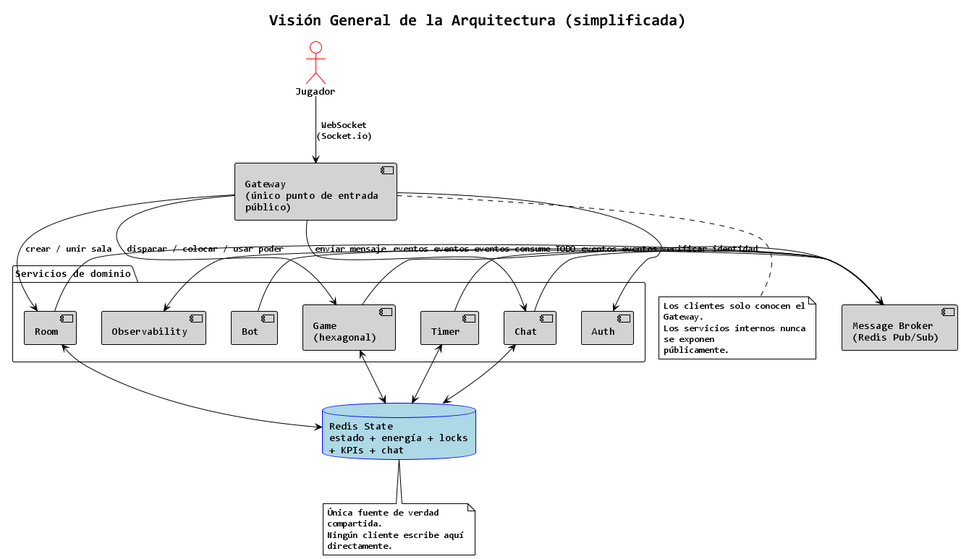
Earlier version of the PlantUML export out/presentacion/diagramas/02-vision-general-arquitectura/02-vision-general-arquitectura.png (Juank-1030/BattleCaos-Ship-Backend). Its diagram source:
```plantuml
@startuml 02-vision-general-arquitectura

title Visión General de la Arquitectura (simplificada)

!theme plain
skinparam defaultFontName Consolas
skinparam wrapWidth 200
skinparam component {
  BackgroundColor LightGray
  BorderColor Black
}
skinparam database {
  BackgroundColor LightBlue
  BorderColor Blue
}
skinparam actor {
  BorderColor Red
}

actor "Jugador" as Jugador

component "Gateway\n(único punto de entrada\npúblico)" as Gateway

package "Servicios de dominio" {
  component "Auth" as Auth
  component "Room" as Room
  component "Game\n(hexagonal)" as Game
  component "Timer" as Timer
  component "Chat" as Chat
  component "Bot" as Bot
  component "Observability" as Obs
}

component "Message Broker\n(Redis Pub/Sub)" as Broker

database "Redis State\nestado + energía + locks\n+ KPIs + chat" as Redis

Jugador -down-> Gateway : WebSocket\n(Socket.io)

Gateway -down-> Auth : verificar identidad
Gateway -down-> Room : crear / unir sala
Gateway -down-> Game : disparar / colocar / usar poder
Gateway -down-> Chat : enviar mensaje

Room -right-> Broker : eventos
Game -right-> Broker : eventos
Timer -right-> Broker : eventos
Chat -right-> Broker : eventos
Bot -right-> Broker : eventos
Broker -left-> Obs : consume TODO

Room <-down-> Redis
Game <-down-> Redis
Timer <-down-> Redis
Chat <-down-> Redis

note bottom of Redis
  Única fuente de verdad compartida.
  Ningún cliente escribe aquí directamente.
end note

note bottom of Gateway
  Los clientes solo conocen el Gateway.
  Los servicios internos nunca se exponen
  públicamente.
end note

@enduml
```
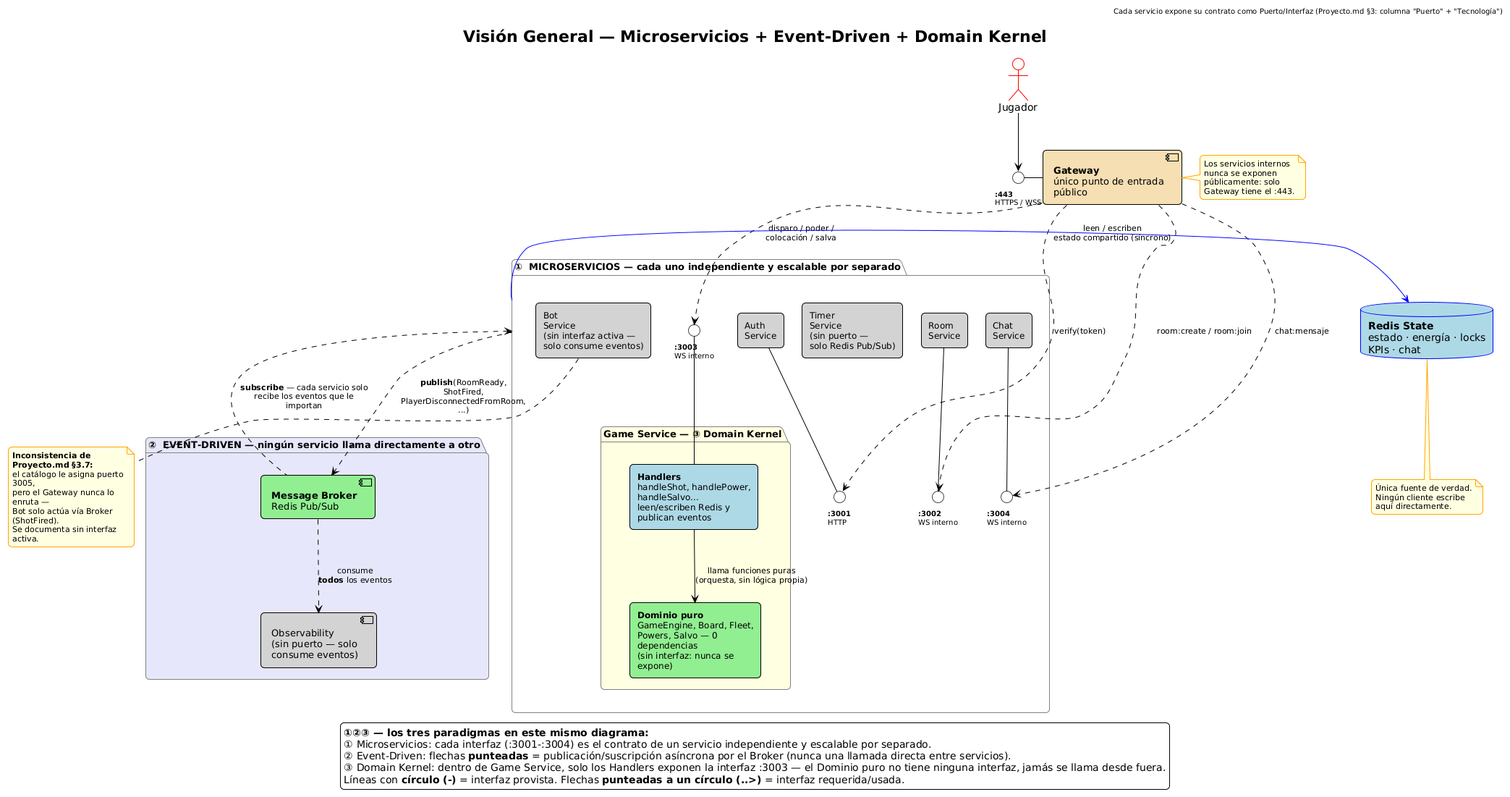
The same file after the commit.

The edit, as a diff of the source:
```diff
@@ -1,68 +1,127 @@
-@startuml 02-vision-general-arquitectura
-
-title Visión General de la Arquitectura (simplificada)
+@startuml
+title Visión General — Microservicios + Event-Driven + Domain Kernel
+header Cada servicio expone su contrato como Puerto/Interfaz (Proyecto.md §3: columna "Puerto" + "Tecnología")
 
 !theme plain
 skinparam defaultFontName Consolas
-skinparam wrapWidth 200
+skinparam wrapWidth 180
+skinparam nodesep 25
+skinparam ranksep 50
+skinparam shadowing false
+skinparam roundCorner 10
 skinparam component {
   BackgroundColor LightGray
   BorderColor Black
+  FontSize 13
 }
 skinparam database {
   BackgroundColor LightBlue
   BorderColor Blue
+  FontSize 14
 }
 skinparam actor {
   BorderColor Red
 }
+skinparam package {
+  BackgroundColor White
+  BorderColor Gray
+  FontSize 13
+}
+skinparam rectangle {
+  FontSize 12
+}
+skinparam interface {
+  BackgroundColor White
+  BorderColor #444444
+  FontSize 10
+}
+skinparam note {
+  BackgroundColor LightYellow
+  BorderColor Orange
+  FontSize 11
+}
+skinparam ArrowFontSize 11
 
 actor "Jugador" as Jugador
 
-component "Gateway\n(único punto de entrada\npúblico)" as Gateway
+interface "**:443**\nHTTPS / WSS" as IGateway
 
-package "Servicios de dominio" {
-  component "Auth" as Auth
-  component "Room" as Room
-  component "Game\n(hexagonal)" as Game
-  component "Timer" as Timer
-  component "Chat" as Chat
-  component "Bot" as Bot
-  component "Observability" as Obs
+component "**Gateway**\núnico punto de entrada público" as Gateway #Wheat
+
+Jugador -down-> IGateway
+IGateway - Gateway
+
+package "①  MICROSERVICIOS — cada uno independiente y escalable por separado" as Micro {
+
+  interface "**:3001**\nHTTP" as IAuth
+  interface "**:3002**\nWS interno" as IRoom
+  interface "**:3003**\nWS interno" as IGame
+  interface "**:3004**\nWS interno" as IChat
+
+  rectangle "Auth\nService" as Auth #LightGray
+  rectangle "Room\nService" as Room #LightGray
+  rectangle "Timer\nService\n(sin puerto —\nsolo Redis Pub/Sub)" as Timer #LightGray
+  rectangle "Chat\nService" as Chat #LightGray
+  rectangle "Bot\nService\n(sin interfaz activa —\nsolo consume eventos)" as Bot #LightGray
+
+  Auth -- IAuth
+  Room -- IRoom
+  Chat -- IChat
+
+  package "**Game Service** — ③ Domain Kernel" as GameBox #LightYellow {
+    rectangle "**Handlers**\nhandleShot, handlePower, handleSalvo...\nleen/escriben Redis y publican eventos" as Handlers #LightBlue
+    rectangle "**Dominio puro**\nGameEngine, Board, Fleet,\nPowers, Salvo — 0 dependencias\n(sin interfaz: nunca se expone)" as Domain #LightGreen
+
+    Handlers -down-> Domain : llama funciones puras\n(orquesta, sin lógica propia)
+    Handlers -up- IGame
+  }
 }
 
-component "Message Broker\n(Redis Pub/Sub)" as Broker
+Gateway ..> IAuth : verify(token)
+Gateway ..> IRoom : room:create / room:join
+Gateway ..> IGame : disparo / poder /\ncolocación / salva
+Gateway ..> IChat : chat:mensaje
 
-database "Redis State\nestado + energía + locks\n+ KPIs + chat" as Redis
+package "②  EVENT-DRIVEN — ningún servicio llama directamente a otro" as EventZone #Lavender {
+  component "**Message Broker**\nRedis Pub/Sub" as Broker #LightGreen
+  component "Observability\n(sin puerto — solo\nconsume eventos)" as Obs #LightGray
 
-Jugador -down-> Gateway : WebSocket\n(Socket.io)
+  Broker .down.> Obs : consume\n**todos** los eventos
+}
 
-Gateway -down-> Auth : verificar identidad
-Gateway -down-> Room : crear / unir sala
-Gateway -down-> Game : disparar / colocar / usar poder
-Gateway -down-> Chat : enviar mensaje
+database "**Redis State**\nestado · energía · locks\nKPIs · chat" as Redis
 
-Room -right-> Broker : eventos
-Game -right-> Broker : eventos
-Timer -right-> Broker : eventos
-Chat -right-> Broker : eventos
-Bot -right-> Broker : eventos
-Broker -left-> Obs : consume TODO
+Micro .down.> Broker : **publish**(RoomReady,\nShotFired, PlayerDisconnectedFromRoom, ...)
+Broker .up.> Micro : **subscribe** — cada servicio solo\nrecibe los eventos que le importan
 
-Room <-down-> Redis
-Game <-down-> Redis
-Timer <-down-> Redis
-Chat <-down-> Redis
+Micro -[#blue]right-> Redis : leen / escriben\nestado compartido (síncrono)
 
 note bottom of Redis
-  Única fuente de verdad compartida.
-  Ningún cliente escribe aquí directamente.
+  Única fuente de verdad.
+  Ningún cliente escribe
+  aquí directamente.
 end note
 
-note bottom of Gateway
-  Los clientes solo conocen el Gateway.
-  Los servicios internos nunca se exponen
-  públicamente.
+note right of Gateway
+  Los servicios internos
+  nunca se exponen
+  públicamente: solo
+  Gateway tiene el :443.
 end note
 
+note bottom of Bot
+  **Inconsistencia de Proyecto.md §3.7:**
+  el catálogo le asigna puerto 3005,
+  pero el Gateway nunca lo enruta —
+  Bot solo actúa vía Broker (ShotFired).
+  Se documenta sin interfaz activa.
+end note
+
+legend bottom center
+  <b>①②③ — los tres paradigmas en este mismo diagrama:</b>
+  ① Microservicios: cada interfaz (:3001-:3004) es el contrato de un servicio independiente y escalable por separado.
+  ② Event-Driven: flechas <b>punteadas</b> = publicación/suscripción asíncrona por el Broker (nunca una llamada directa entre servicios).
+  ③ Domain Kernel: dentro de Game Service, solo los Handlers exponen la interfaz :3003 — el Dominio puro no tiene ninguna interfaz, jamás se llama desde fuera.
+  Líneas con <b>círculo (-)</b> = interfaz provista. Flechas <b>punteadas a un círculo (..>)</b> = interfaz requerida/usada.
+end legend
 @enduml
```
